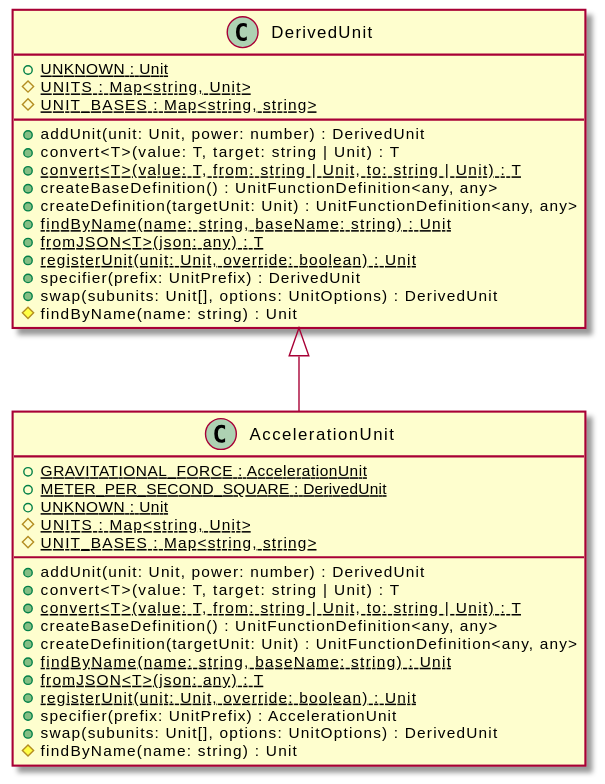
Above: assets/AccelerationUnit-umlClassDiagram-1083.svg in OpenHPS/openhps-core (PlantUML), before the change.
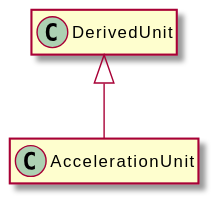
The same diagram one commit later.

What changed in the source:
```diff
@@ -3,38 +3,8 @@
 hide empty methods
 hide empty fields
 class "AccelerationUnit" {
-    {static} +GRAVITATIONAL_FORCE : AccelerationUnit
-    {static} +METER_PER_SECOND_SQUARE : DerivedUnit
-    {static} +UNKNOWN : Unit
-    {static} #UNITS : Map<string, Unit>
-    {static} #UNIT_BASES : Map<string, string>
-    +addUnit(unit: Unit, power: number) : DerivedUnit
-    +convert<T>(value: T, target: string | Unit) : T
-    {static} +convert<T>(value: T, from: string | Unit, to: string | Unit) : T
-    +createBaseDefinition() : UnitFunctionDefinition<any, any>
-    +createDefinition(targetUnit: Unit) : UnitFunctionDefinition<any, any>
-    {static} +findByName(name: string, baseName: string) : Unit
-    {static} +fromJSON<T>(json: any) : T
-    {static} +registerUnit(unit: Unit, override: boolean) : Unit
-    +specifier(prefix: UnitPrefix) : AccelerationUnit
-    +swap(subunits: Unit[], options: UnitOptions) : DerivedUnit
-    #findByName(name: string) : Unit
 }
 class "DerivedUnit" {
-    {static} +UNKNOWN : Unit
-    {static} #UNITS : Map<string, Unit>
-    {static} #UNIT_BASES : Map<string, string>
-    +addUnit(unit: Unit, power: number) : DerivedUnit
-    +convert<T>(value: T, target: string | Unit) : T
-    {static} +convert<T>(value: T, from: string | Unit, to: string | Unit) : T
-    +createBaseDefinition() : UnitFunctionDefinition<any, any>
-    +createDefinition(targetUnit: Unit) : UnitFunctionDefinition<any, any>
-    {static} +findByName(name: string, baseName: string) : Unit
-    {static} +fromJSON<T>(json: any) : T
-    {static} +registerUnit(unit: Unit, override: boolean) : Unit
-    +specifier(prefix: UnitPrefix) : DerivedUnit
-    +swap(subunits: Unit[], options: UnitOptions) : DerivedUnit
-    #findByName(name: string) : Unit
 }
 "DerivedUnit" <|-- "AccelerationUnit"
 @enduml
```
